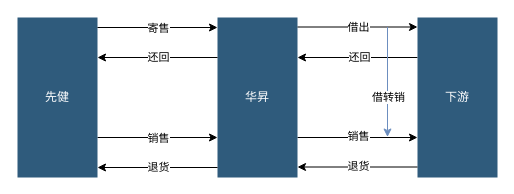
Earlier version of the draw.io diagram 华昇 (先健一级代理).drawio (xiaoming728/draw). Source tidied: cells renumbered, new cells numbered last; positions are measured from the earlier drawing's top-left corner, leaving out a move shared by most shapes. Both pictures are drawn from the tidied source at 100%, with x=0, y=0 at pixel (17, 17).
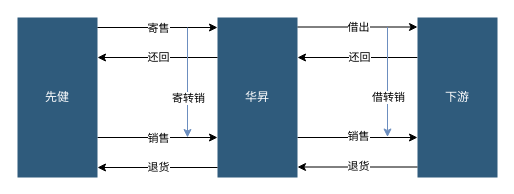
Above is the later version.

Commit message (it also covers changes not shown here):
更新华昇 (先健一级代理).drawio

Change to the diagram source:
```diff
@@
+    <mxCell id="23" style="endArrow=classic;html=1;rounded=0;fillColor=#dae8fc;strokeColor=#6c8ebf;" parent="1" edge="1">
+      <mxGeometry relative="1" as="geometry">
+        <mxPoint x="170" y="10" as="sourcePoint" />
+        <mxPoint x="170" y="120" as="targetPoint" />
+      </mxGeometry>
+    </mxCell>
+    <mxCell id="24" value="寄转销" style="edgeLabel;html=1;align=center;verticalAlign=middle;" parent="23" vertex="1">
+      <mxGeometry x="0.09" relative="1" as="geometry">
+        <mxPoint y="10" as="offset" />
+      </mxGeometry>
+    </mxCell>
```
